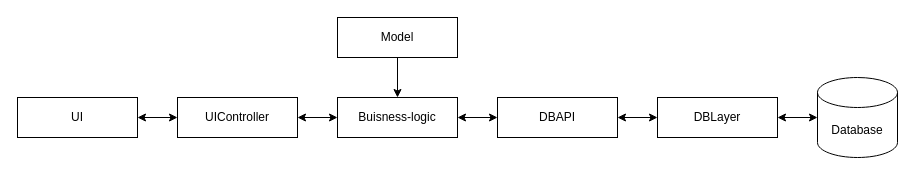
Earlier version of the draw.io diagram page "Component diagram" (4 of 4) of Diagrams.drawio (Andebugan/Planum). Source tidied: cells renumbered, new cells numbered last; positions are measured from the earlier drawing's top-left corner, leaving out a move shared by most shapes. Both pictures are drawn from the tidied source at 100%, with x=0, y=0 at pixel (17, 17).
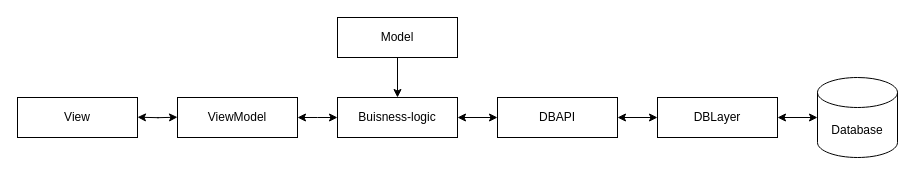
The same diagram, later.

What changed in the source:
```diff
@@
 <mxGraphModel>
   <root>
     <mxCell id="0" />
     <mxCell id="1" parent="0" />
-    <mxCell id="2" style="edgeStyle=orthogonalEdgeStyle;rounded=0;jettySize=auto;html=1;entryX=1;entryY=0.5;entryDx=0;entryDy=0;startArrow=classic;startFill=1;endArrow=classic;endFill=1;" parent="1" edge="1" source="3" target="6">
-      <mxGeometry relative="1" as="geometry" />
+    <mxCell id="2" style="edgeStyle=orthogonalEdgeStyle;rounded=0;jettySize=auto;html=1;entryX=1;entryY=0.5;entryDx=0;entryDy=0;startArrow=classic;startFill=1;endArrow=classic;endFill=1;" parent="1" edge="1" source="3">
+      <mxGeometry relative="1" as="geometry">
+        <mxPoint x="280" y="100" as="targetPoint" />
+      </mxGeometry>
     </mxCell>
     <mxCell id="3" value="Buisness-logic" style="rounded=0;whiteSpace=wrap;html=1;" parent="1" vertex="1">
       <mxGeometry x="320" y="80" width="120" height="40" as="geometry" />
     </mxCell>
-    <mxCell id="4" value="UI" style="rounded=0;whiteSpace=wrap;html=1;" parent="1" vertex="1">
-      <mxGeometry y="80" width="120" height="40" as="geometry" />
-    </mxCell>
-    <mxCell id="5" style="edgeStyle=orthogonalEdgeStyle;rounded=0;jettySize=auto;html=1;startArrow=classic;startFill=1;endArrow=classic;endFill=1;" parent="1" edge="1" source="6" target="4">
-      <mxGeometry relative="1" as="geometry" />
-    </mxCell>
-    <mxCell id="6" value="UIController" style="rounded=0;whiteSpace=wrap;html=1;" parent="1" vertex="1">
-      <mxGeometry x="160" y="80" width="120" height="40" as="geometry" />
-    </mxCell>
     <mxCell id="7" style="edgeStyle=orthogonalEdgeStyle;rounded=0;jettySize=auto;html=1;entryX=0;entryY=0.5;entryDx=0;entryDy=0;startArrow=classic;startFill=1;endArrow=classic;endFill=1;" parent="1" edge="1" source="9" target="10">
       <mxGeometry relative="1" as="geometry" />
     </mxCell>
     <mxCell id="8" style="edgeStyle=orthogonalEdgeStyle;rounded=0;jettySize=auto;html=1;entryX=1;entryY=0.5;entryDx=0;entryDy=0;startArrow=classic;startFill=1;endArrow=classic;endFill=1;" parent="1" edge="1" source="9" target="3">
       <mxGeometry relative="1" as="geometry" />
     </mxCell>
     <mxCell id="9" value="DBAPI" style="rounded=0;whiteSpace=wrap;html=1;" parent="1" vertex="1">
       <mxGeometry x="480" y="80" width="120" height="40" as="geometry" />
     </mxCell>
     <mxCell id="10" value="DBLayer" style="rounded=0;whiteSpace=wrap;html=1;" parent="1" vertex="1">
       <mxGeometry x="640" y="80" width="120" height="40" as="geometry" />
     </mxCell>
     <mxCell id="11" style="edgeStyle=orthogonalEdgeStyle;rounded=0;jettySize=auto;html=1;exitX=0.5;exitY=1;exitDx=0;exitDy=0;entryX=0.5;entryY=0;entryDx=0;entryDy=0;endArrow=classic;endFill=1;" parent="1" edge="1" source="12" target="3">
       <mxGeometry relative="1" as="geometry" />
     </mxCell>
     <mxCell id="12" value="Model" style="rounded=0;whiteSpace=wrap;html=1;" parent="1" vertex="1">
       <mxGeometry x="320" width="120" height="40" as="geometry" />
     </mxCell>
     <mxCell id="13" style="edgeStyle=orthogonalEdgeStyle;rounded=0;jettySize=auto;html=1;exitX=0;exitY=0.5;exitDx=0;exitDy=0;exitPerimeter=0;endArrow=classic;endFill=1;startArrow=classic;startFill=1;" parent="1" edge="1" source="14" target="10">
       <mxGeometry relative="1" as="geometry" />
     </mxCell>
     <mxCell id="14" value="Database" style="shape=cylinder3;whiteSpace=wrap;html=1;boundedLbl=1;backgroundOutline=1;size=15;" parent="1" vertex="1">
       <mxGeometry x="800" y="60" width="80" height="80" as="geometry" />
     </mxCell>
+    <mxCell id="15" value="ViewModel" style="rounded=0;whiteSpace=wrap;html=1;" parent="1" vertex="1">
+      <mxGeometry x="160" y="80" width="120" height="40" as="geometry" />
+    </mxCell>
+    <mxCell id="16" value="View" style="rounded=0;whiteSpace=wrap;html=1;" parent="1" vertex="1">
+      <mxGeometry y="80" width="120" height="40" as="geometry" />
+    </mxCell>
+    <mxCell id="17" style="edgeStyle=orthogonalEdgeStyle;rounded=0;orthogonalLoop=1;jettySize=auto;html=1;startArrow=classic;startFill=1;endArrow=classic;endFill=1;" parent="1" edge="1">
+      <mxGeometry relative="1" as="geometry">
+        <mxPoint x="160" y="99.7" as="sourcePoint" />
+        <mxPoint x="120" y="99.7" as="targetPoint" />
+      </mxGeometry>
+    </mxCell>
   </root>
 </mxGraphModel>
```
